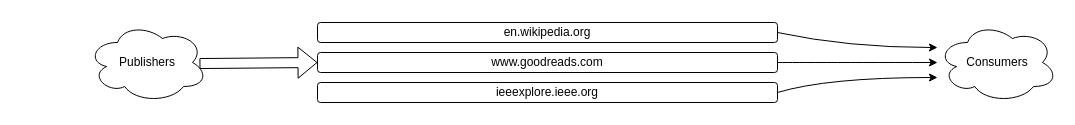
Earlier version of the draw.io diagram docs/frontier.drawio (harrybrwn/remora). Source tidied: cells renumbered, new cells numbered last; positions are measured from the earlier drawing's top-left corner, leaving out a move shared by most shapes. Both pictures are drawn from the tidied source at 100%, with x=0, y=0 at pixel (87, 22).
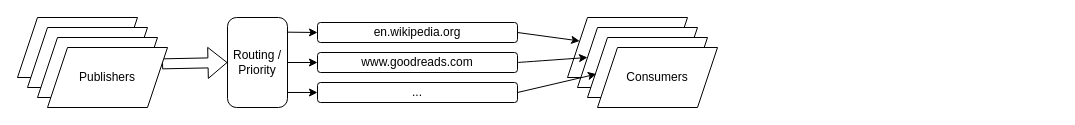
Above is the later version.

What changed in the source:
```diff
@@
+    <mxCell id="11" style="shape=parallelogram;perimeter=parallelogramPerimeter;whiteSpace=wrap;html=1;fixedSize=1;" parent="1" vertex="1">
+      <mxGeometry x="480" y="-5" width="120" height="60" as="geometry" />
+    </mxCell>
+    <mxCell id="12" style="shape=parallelogram;perimeter=parallelogramPerimeter;whiteSpace=wrap;html=1;fixedSize=1;" parent="1" vertex="1">
+      <mxGeometry x="490" y="5" width="120" height="60" as="geometry" />
+    </mxCell>
+    <mxCell id="13" style="shape=parallelogram;perimeter=parallelogramPerimeter;whiteSpace=wrap;html=1;fixedSize=1;" parent="1" vertex="1">
+      <mxGeometry x="500" y="15" width="120" height="60" as="geometry" />
+    </mxCell>
+    <mxCell id="8" value="Consumers" style="shape=parallelogram;perimeter=parallelogramPerimeter;whiteSpace=wrap;html=1;fixedSize=1;" parent="1" vertex="1">
+      <mxGeometry x="510" y="25" width="120" height="60" as="geometry" />
+    </mxCell>
     <mxCell id="2" value="en.wikipedia.org" style="rounded=1;whiteSpace=wrap;html=1;" parent="1" vertex="1">
-      <mxGeometry x="230" width="460" height="20" as="geometry" />
+      <mxGeometry x="230" width="200" height="20" as="geometry" />
     </mxCell>
     <mxCell id="3" value="www.goodreads.com" style="rounded=1;whiteSpace=wrap;html=1;" parent="1" vertex="1">
-      <mxGeometry x="230" y="30" width="460" height="20" as="geometry" />
+      <mxGeometry x="230" y="30" width="200" height="20" as="geometry" />
     </mxCell>
-    <mxCell id="4" value="ieeexplore.ieee.org" style="rounded=1;whiteSpace=wrap;html=1;" parent="1" vertex="1">
-      <mxGeometry x="230" y="60" width="460" height="20" as="geometry" />
+    <mxCell id="4" value="..." style="rounded=1;whiteSpace=wrap;html=1;" parent="1" vertex="1">
+      <mxGeometry x="230" y="60" width="200" height="20" as="geometry" />
     </mxCell>
-    <mxCell id="5" style="curved=1;endArrow=classic;html=1;rounded=0;exitX=1;exitY=0.5;exitDx=0;exitDy=0;" parent="1" edge="1" source="2">
-      <mxGeometry relative="1" as="geometry">
-        <mxPoint x="850" y="25" as="targetPoint" />
-        <Array as="points">
-          <mxPoint x="760" y="25" />
-        </Array>
-      </mxGeometry>
-    </mxCell>
-    <mxCell id="6" style="curved=1;endArrow=classic;html=1;rounded=0;exitX=1;exitY=0.5;exitDx=0;exitDy=0;" parent="1" edge="1" source="3">
-      <mxGeometry relative="1" as="geometry">
-        <mxPoint x="850" y="40" as="targetPoint" />
-      </mxGeometry>
+    <mxCell id="6" style="curved=1;endArrow=classic;html=1;rounded=0;exitX=1;exitY=0.5;exitDx=0;exitDy=0;entryX=0;entryY=0.5;entryDx=0;entryDy=0;" parent="1" edge="1" source="3" target="12">
+      <mxGeometry relative="1" as="geometry" />
     </mxCell>
-    <mxCell id="7" style="curved=1;endArrow=classic;html=1;rounded=0;exitX=1;exitY=0.5;exitDx=0;exitDy=0;" parent="1" edge="1" source="4">
-      <mxGeometry relative="1" as="geometry">
-        <mxPoint x="850" y="55" as="targetPoint" />
-        <Array as="points">
-          <mxPoint x="740" y="55" />
-        </Array>
-      </mxGeometry>
-    </mxCell>
-    <mxCell id="8" value="Consumers" style="ellipse;shape=cloud;whiteSpace=wrap;html=1;" parent="1" vertex="1">
-      <mxGeometry x="850" width="120" height="80" as="geometry" />
-    </mxCell>
+    <mxCell id="10" style="shape=flexArrow;endArrow=classic;html=1;rounded=0;exitX=1;exitY=0.25;exitDx=0;exitDy=0;entryX=0;entryY=0.5;entryDx=0;entryDy=0;" parent="1" edge="1" source="9" target="17">
+      <mxGeometry relative="1" as="geometry" />
+    </mxCell>
+    <mxCell id="14" style="shape=parallelogram;perimeter=parallelogramPerimeter;whiteSpace=wrap;html=1;fixedSize=1;" parent="1" vertex="1">
+      <mxGeometry x="-70" y="-5" width="120" height="60" as="geometry" />
+    </mxCell>
+    <mxCell id="15" style="shape=parallelogram;perimeter=parallelogramPerimeter;whiteSpace=wrap;html=1;fixedSize=1;" parent="1" vertex="1">
+      <mxGeometry x="-60" y="5" width="120" height="60" as="geometry" />
+    </mxCell>
+    <mxCell id="16" style="shape=parallelogram;perimeter=parallelogramPerimeter;whiteSpace=wrap;html=1;fixedSize=1;" parent="1" vertex="1">
+      <mxGeometry x="-50" y="15" width="120" height="60" as="geometry" />
+    </mxCell>
-    <mxCell id="9" value="Publishers" style="ellipse;shape=cloud;whiteSpace=wrap;html=1;" parent="1" vertex="1">
-      <mxGeometry width="120" height="80" as="geometry" />
+    <mxCell id="9" value="Publishers" style="shape=parallelogram;perimeter=parallelogramPerimeter;whiteSpace=wrap;html=1;fixedSize=1;" parent="1" vertex="1">
+      <mxGeometry x="-40" y="25" width="120" height="60" as="geometry" />
     </mxCell>
-    <mxCell id="10" style="shape=flexArrow;endArrow=classic;html=1;rounded=0;entryX=0;entryY=0.5;entryDx=0;entryDy=0;exitX=0.933;exitY=0.513;exitDx=0;exitDy=0;exitPerimeter=0;" parent="1" edge="1" source="9" target="3">
-      <mxGeometry relative="1" as="geometry" />
-    </mxCell>
+    <mxCell id="17" value="Routing / Priority" style="rounded=1;whiteSpace=wrap;html=1;" parent="1" vertex="1">
+      <mxGeometry x="140" y="-5" width="60" height="90" as="geometry" />
+    </mxCell>
+    <mxCell id="18" style="endArrow=classic;html=1;rounded=0;exitX=0.99;exitY=0.163;exitDx=0;exitDy=0;exitPerimeter=0;entryX=0;entryY=0.5;entryDx=0;entryDy=0;" parent="1" edge="1" source="17" target="2">
+      <mxGeometry relative="1" as="geometry" />
+    </mxCell>
+    <mxCell id="19" style="endArrow=classic;html=1;rounded=0;exitX=1.003;exitY=0.833;exitDx=0;exitDy=0;exitPerimeter=0;entryX=0;entryY=0.5;entryDx=0;entryDy=0;" parent="1" edge="1" source="17" target="4">
+      <mxGeometry relative="1" as="geometry" />
+    </mxCell>
+    <mxCell id="20" style="endArrow=classic;html=1;rounded=0;entryX=0;entryY=0.5;entryDx=0;entryDy=0;exitX=1;exitY=0.5;exitDx=0;exitDy=0;" parent="1" edge="1" source="17" target="3">
+      <mxGeometry relative="1" as="geometry" />
+    </mxCell>
+    <mxCell id="21" style="endArrow=classic;html=1;rounded=0;exitX=1;exitY=0.5;exitDx=0;exitDy=0;" parent="1" edge="1" source="2" target="11">
+      <mxGeometry relative="1" as="geometry" />
+    </mxCell>
+    <mxCell id="22" style="endArrow=classic;html=1;rounded=0;entryX=0.074;entryY=0.61;entryDx=0;entryDy=0;exitX=1;exitY=0.5;exitDx=0;exitDy=0;entryPerimeter=0;" parent="1" edge="1" source="4" target="13">
+      <mxGeometry relative="1" as="geometry" />
+    </mxCell>
```
